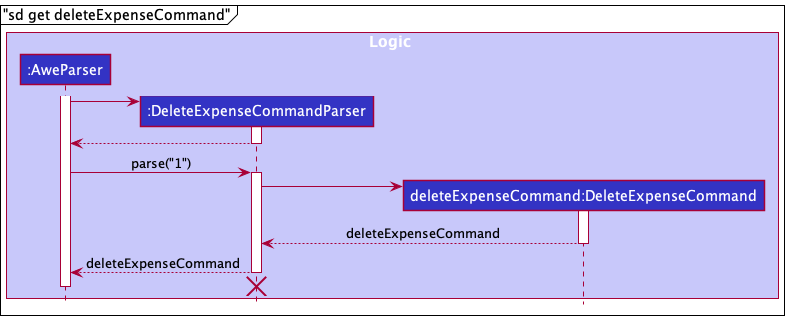
This is docs/images/DeleteExpenseRefSequenceDiagram.png from ramapriyan912001/tp, a PlantUML export, as it was before one commit. Its diagram source:
```plantuml
@startuml
!include style.puml

box Logic LOGIC_COLOR_T1

participant ":AweParser" as AweParser LOGIC_COLOR
participant ":DeleteExpenseCommandParser" as DeleteExpenseCommandParser LOGIC_COLOR
participant "deleteExpenseCommand:DeleteExpenseCommand" as DeleteExpenseCommand LOGIC_COLOR
end box

mainframe "sd get deleteExpenseCommand"

activate AweParser
create DeleteExpenseCommandParser
AweParser -> DeleteExpenseCommandParser
activate DeleteExpenseCommandParser

DeleteExpenseCommandParser --> AweParser
deactivate DeleteExpenseCommandParser

AweParser -> DeleteExpenseCommandParser : parse("1")
activate DeleteExpenseCommandParser

create DeleteExpenseCommand
DeleteExpenseCommandParser -> DeleteExpenseCommand
activate DeleteExpenseCommand

DeleteExpenseCommand --> DeleteExpenseCommandParser : deleteExpenseCommand
deactivate DeleteExpenseCommand

DeleteExpenseCommandParser --> AweParser : deleteExpenseCommand
deactivate DeleteExpenseCommandParser
DeleteExpenseCommandParser -[hidden]-> AweParser
destroy DeleteExpenseCommandParser
deactivate AweParser

@enduml
```
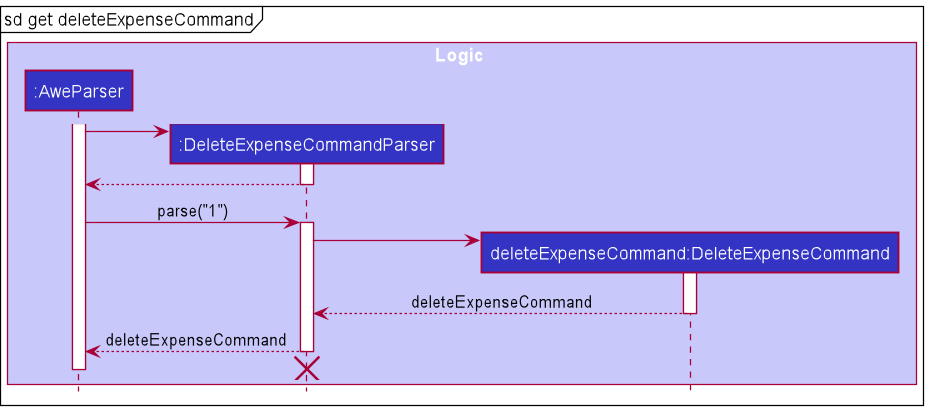
After the change.

Change to the diagram source:
```diff
@@ -8,7 +8,7 @@
 participant "deleteExpenseCommand:DeleteExpenseCommand" as DeleteExpenseCommand LOGIC_COLOR
 end box
 
-mainframe "sd get deleteExpenseCommand"
+mainframe sd get deleteExpenseCommand
 
 activate AweParser
 create DeleteExpenseCommandParser
```
